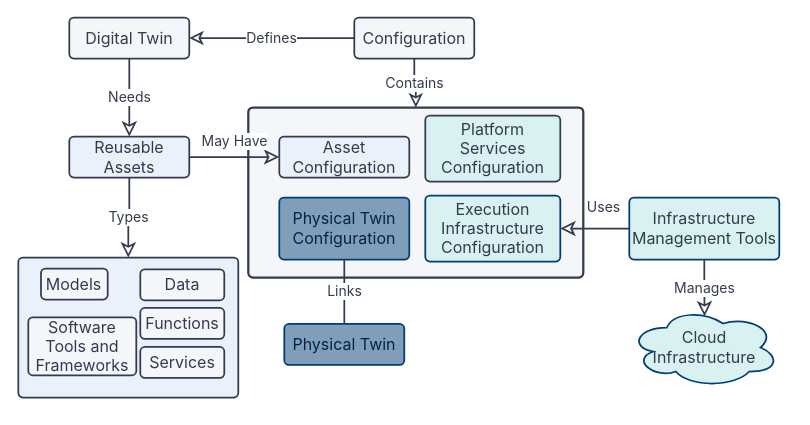
Before: page 20 of 36 of docs/assets/diagrams/dtaas-diagrams.drawio in INTO-CPS-Association/DTaaS, a draw.io diagram. Source tidied: cells renumbered, new cells numbered last; positions are measured from the earlier drawing's top-left corner, leaving out a move shared by most shapes. Both pictures are drawn from the tidied source at 100%, with x=0, y=0 at pixel (18, 17).
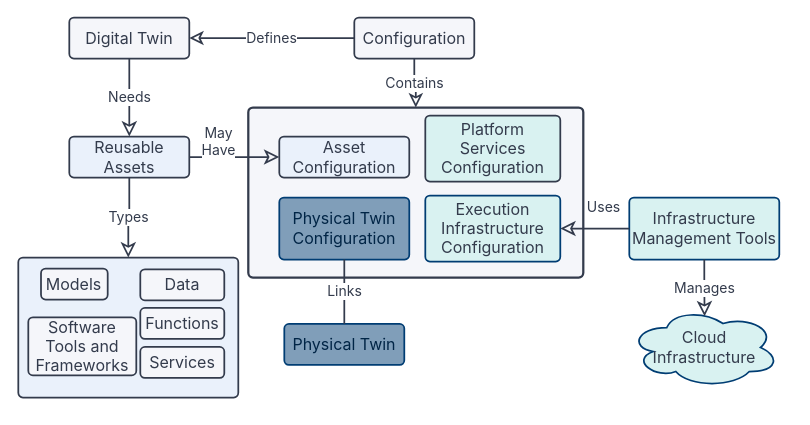
The same diagram, later.

Unchanged cells that the change refers to:
```xml
<mxCell id="3" style="group;" parent="2" vertex="1">
  <mxGeometry width="673" height="380" as="geometry" />
</mxCell>
<mxCell id="6" value="&lt;font style=&quot;font-size: 16px;&quot;&gt;Reusable Assets&lt;/font&gt;" style="rounded=1;whiteSpace=wrap;html=1;fillColor=#eaf1fb;strokeWidth=1.75;strokeColor=#333b4c;absoluteArcSize=1;arcSize=9.25;fontColor=#333b4c;fontFamily=Inter;fontSize=16;" parent="3" vertex="1">
  <mxGeometry x="16" y="119" width="120" height="41" as="geometry" />
</mxCell>
<mxCell id="16" value="&lt;font style=&quot;font-size: 16px;&quot;&gt;Asset Configuration&lt;/font&gt;" style="rounded=1;whiteSpace=wrap;html=1;fillColor=#eaf1fb;strokeWidth=1.75;strokeColor=#333b4c;absoluteArcSize=1;arcSize=9.25;fontColor=#333b4c;fontFamily=Inter;fontSize=16;" parent="3" vertex="1">
  <mxGeometry x="226" y="119" width="130" height="41" as="geometry" />
</mxCell>
```

Change to the diagram source:
```diff
@@
-    <mxCell id="17" value="May Have" style="edgeStyle=orthogonalEdgeStyle;rounded=0;jettySize=auto;html=1;exitX=1;exitY=0.5;exitDx=0;exitDy=0;fontSize=14;fontColor=#333b4c;startArrow=none;startFill=0;endArrow=classic;endFill=0;startSize=12;endSize=10;strokeColor=#333b4c;strokeWidth=1.75;entryX=0;entryY=0.5;entryDx=0;entryDy=0;fontFamily=Inter;labelBackgroundColor=default;" parent="3" edge="1" source="6" target="16">
+    <mxCell id="17" value="May&lt;br&gt;Have" style="edgeStyle=orthogonalEdgeStyle;rounded=0;jettySize=auto;html=1;exitX=1;exitY=0.5;exitDx=0;exitDy=0;fontSize=14;fontColor=#333b4c;startArrow=none;startFill=0;endArrow=classic;endFill=0;startSize=12;endSize=10;strokeColor=#333b4c;strokeWidth=1.75;entryX=0;entryY=0.5;entryDx=0;entryDy=0;fontFamily=Inter;labelBackgroundColor=default;" parent="3" edge="1" source="6" target="16">
       <mxGeometry relative="1" as="geometry">
-        <mxPoint y="-16" as="offset" />
+        <mxPoint x="-16" y="-16" as="offset" />
       </mxGeometry>
     </mxCell>
```
